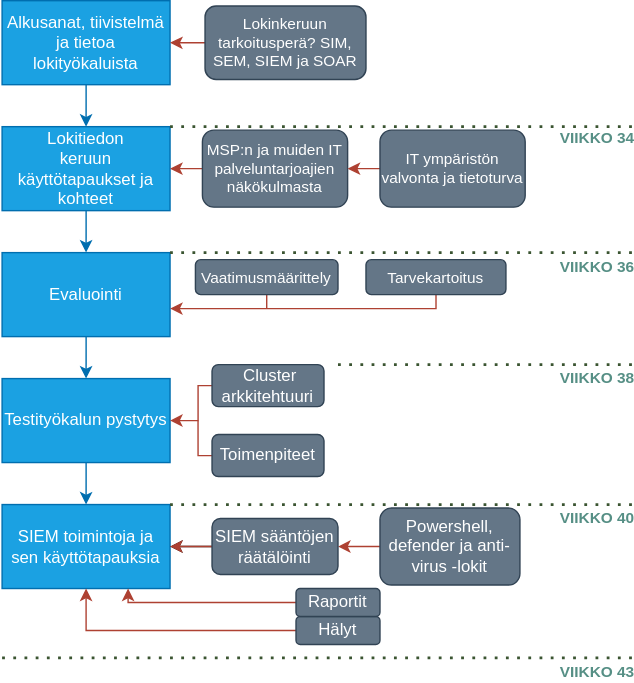
Above: oppari_scope.svg in hirsmaki/oppari (draw.io), before the change. Source tidied: cells renumbered, new cells last; positions are measured from the earlier drawing's top-left corner, leaving out a move shared by most shapes.
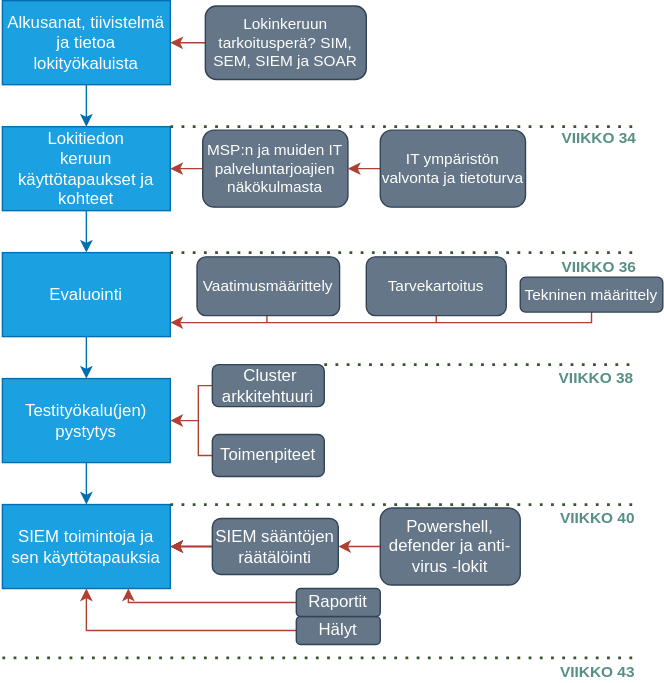
Later version of the same file.

Diff of the diagram source:
```diff
@@ -23,7 +23,7 @@
     <mxCell id="8" style="edgeStyle=orthogonalEdgeStyle;rounded=0;jettySize=auto;html=1;entryX=0.5;entryY=0;entryDx=0;entryDy=0;fillColor=#1ba1e2;strokeColor=#006EAF;" parent="1" edge="1" source="9" target="10">
       <mxGeometry relative="1" as="geometry" />
     </mxCell>
-    <mxCell id="9" value="Testityökalun pystytys" style="rounded=0;whiteSpace=wrap;html=1;fillColor=#1ba1e2;strokeColor=#006EAF;fontColor=#ffffff;" parent="1" vertex="1">
+    <mxCell id="9" value="Testityökalu(jen) pystytys" style="rounded=0;whiteSpace=wrap;html=1;fillColor=#1ba1e2;strokeColor=#006EAF;fontColor=#ffffff;" parent="1" vertex="1">
       <mxGeometry y="270" width="120" height="60" as="geometry" />
     </mxCell>
     <mxCell id="10" value="SIEM toimintoja ja sen käyttötapauksia" style="rounded=0;whiteSpace=wrap;html=1;fillColor=#1ba1e2;strokeColor=#006EAF;fontColor=#ffffff;" parent="1" vertex="1">
@@ -112,10 +112,12 @@
         <mxPoint x="12" y="7" as="offset" />
       </mxGeometry>
     </mxCell>
-    <mxCell id="30" style="endArrow=none;dashed=1;html=1;dashPattern=1 3;strokeWidth=2;fillColor=#6d8764;strokeColor=#3A5431;" parent="1" edge="1">
+    <mxCell id="30" style="endArrow=none;dashed=1;html=1;dashPattern=1 3;strokeWidth=2;fillColor=#6d8764;strokeColor=#3A5431;exitX=1;exitY=0;exitDx=0;exitDy=0;" parent="1" edge="1" source="12">
       <mxGeometry relative="1" as="geometry">
-        <mxPoint x="240" y="260" as="sourcePoint" />
         <mxPoint x="450" y="260" as="targetPoint" />
+        <Array as="points">
+          <mxPoint x="410" y="260" />
+        </Array>
       </mxGeometry>
     </mxCell>
     <mxCell id="31" value="VIIKKO 38" style="edgeLabel;html=1;align=center;verticalAlign=middle;fontStyle=1;labelBackgroundColor=none;fontColor=#568F85;" parent="30" vertex="1">
@@ -159,7 +161,7 @@
     </mxCell>
     <mxCell id="40" style="edgeStyle=orthogonalEdgeStyle;rounded=0;jettySize=auto;html=1;endArrow=none;endFill=0;strokeColor=#ae4132;fillColor=#fad9d5;" parent="1" edge="1" source="41">
       <mxGeometry relative="1" as="geometry">
-        <mxPoint x="189" y="220" as="targetPoint" />
+        <mxPoint x="189" y="230" as="targetPoint" />
         <Array as="points">
           <mxPoint x="189" y="220" />
           <mxPoint x="189" y="220" />
@@ -167,17 +169,28 @@
       </mxGeometry>
     </mxCell>
     <mxCell id="41" value="Vaatimusmäärittely" style="rounded=1;whiteSpace=wrap;html=1;fontSize=11;fillColor=#647687;strokeColor=#314354;fontColor=#ffffff;" parent="1" vertex="1">
-      <mxGeometry x="138.1" y="185" width="101.9" height="25" as="geometry" />
+      <mxGeometry x="139.1" y="183" width="101.9" height="42" as="geometry" />
     </mxCell>
-    <mxCell id="42" style="edgeStyle=orthogonalEdgeStyle;rounded=0;jettySize=auto;html=1;endArrow=classic;endFill=1;strokeColor=#ae4132;fillColor=#fad9d5;" parent="1" edge="1" source="43" target="3">
+    <mxCell id="42" style="edgeStyle=orthogonalEdgeStyle;rounded=0;jettySize=auto;html=1;endArrow=classic;endFill=1;fillColor=#fad9d5;strokeColor=#AE4132;" parent="1" edge="1" source="43" target="3">
       <mxGeometry relative="1" as="geometry">
         <Array as="points">
-          <mxPoint x="310" y="220" />
+          <mxPoint x="310" y="230" />
         </Array>
       </mxGeometry>
     </mxCell>
     <mxCell id="43" value="Tarvekartoitus" style="rounded=1;whiteSpace=wrap;html=1;fontSize=11;fillColor=#647687;strokeColor=#314354;fontColor=#ffffff;" parent="1" vertex="1">
-      <mxGeometry x="260" y="185" width="100" height="25" as="geometry" />
+      <mxGeometry x="260" y="183" width="100" height="42" as="geometry" />
     </mxCell>
+    <mxCell id="44" style="edgeStyle=orthogonalEdgeStyle;rounded=0;jettySize=auto;html=1;strokeColor=#AE4132;endArrow=none;endFill=0;" parent="1" edge="1" source="45">
+      <mxGeometry relative="1" as="geometry">
+        <mxPoint x="310" y="230" as="targetPoint" />
+        <Array as="points">
+          <mxPoint x="421" y="230" />
+        </Array>
+      </mxGeometry>
+    </mxCell>
+    <mxCell id="45" value="Tekninen määrittely" style="rounded=1;whiteSpace=wrap;html=1;fontSize=11;fillColor=#647687;strokeColor=#314354;fontColor=#ffffff;" parent="1" vertex="1">
+      <mxGeometry x="370" y="197.5" width="101.9" height="25" as="geometry" />
+    </mxCell>
   </root>
 </mxGraphModel>
```
